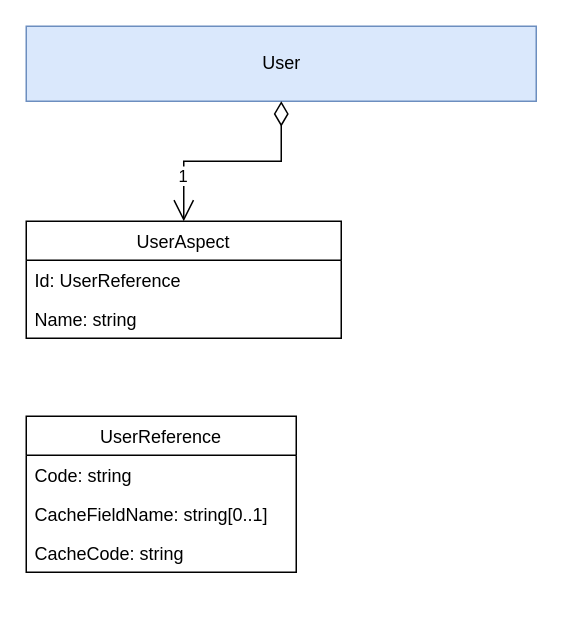
This is page "User" (2 of 2) of UML/Domain/Domain.drawio from sdlfly2000/SimpleDashboard, a draw.io file, before an edit. Source tidied: cells renumbered, new cells numbered last; positions are measured from the earlier drawing's top-left corner, leaving out a move shared by most shapes. Both pictures are drawn from the tidied source at 150%, with x=0, y=0 at pixel (26, 26).
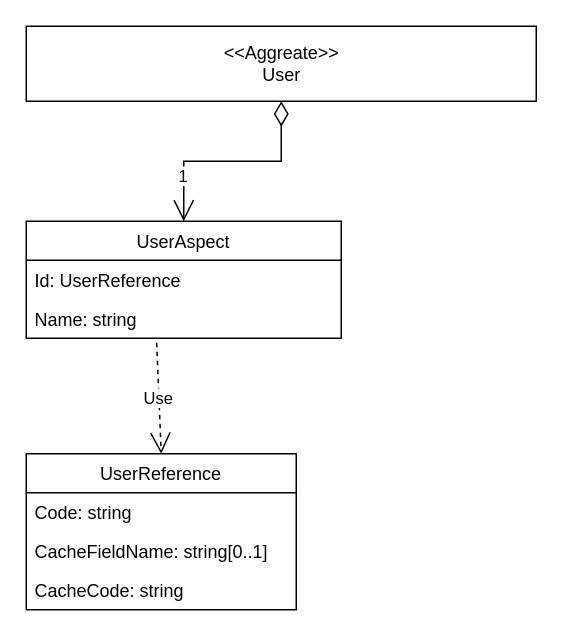
The same diagram, later.

The edit, as a diff of the source:
```diff
@@
 <mxGraphModel>
   <root>
     <mxCell id="0" />
     <mxCell id="1" parent="0" />
     <mxCell id="2" value="UserAspect" style="swimlane;fontStyle=0;horizontal=1;startSize=26;fillColor=none;" parent="1" vertex="1">
       <mxGeometry y="130" width="210" height="78" as="geometry" />
     </mxCell>
     <mxCell id="3" value="Id: UserReference" style="text;strokeColor=none;fillColor=none;align=left;verticalAlign=top;spacingLeft=4;spacingRight=4;overflow=hidden;" parent="2" vertex="1">
       <mxGeometry y="26" width="210" height="26" as="geometry" />
     </mxCell>
     <mxCell id="4" value="Name: string" style="text;strokeColor=none;fillColor=none;align=left;verticalAlign=top;spacingLeft=4;spacingRight=4;overflow=hidden;points=[[0,0.5],[1,0.5]];portConstraint=eastwest;" parent="2" vertex="1">
       <mxGeometry y="52" width="210" height="26" as="geometry" />
     </mxCell>
-    <mxCell id="5" value="User" style="html=1;fillColor=#dae8fc;strokeColor=#6c8ebf;" parent="1" vertex="1">
+    <mxCell id="5" value="&lt;div&gt;&amp;lt;&amp;lt;Aggreate&amp;gt;&amp;gt;&lt;/div&gt;User" style="html=1;" parent="1" vertex="1">
       <mxGeometry width="340" height="50" as="geometry" />
     </mxCell>
     <mxCell id="6" value="UserReference" style="swimlane;fontStyle=0;horizontal=1;startSize=26;fillColor=none;" parent="1" vertex="1">
-      <mxGeometry y="260" width="180" height="104" as="geometry" />
+      <mxGeometry y="285" width="180" height="104" as="geometry" />
     </mxCell>
     <mxCell id="7" value="Code: string" style="text;strokeColor=none;fillColor=none;align=left;verticalAlign=top;spacingLeft=4;spacingRight=4;overflow=hidden;" parent="6" vertex="1">
       <mxGeometry y="26" width="180" height="26" as="geometry" />
     </mxCell>
     <mxCell id="8" value="CacheFieldName: string[0..1]" style="text;strokeColor=none;fillColor=none;align=left;verticalAlign=top;spacingLeft=4;spacingRight=4;overflow=hidden;" parent="6" vertex="1">
       <mxGeometry y="52" width="180" height="26" as="geometry" />
     </mxCell>
     <mxCell id="9" value="CacheCode: string" style="text;strokeColor=none;fillColor=none;align=left;verticalAlign=top;spacingLeft=4;spacingRight=4;overflow=hidden;" parent="6" vertex="1">
       <mxGeometry y="78" width="180" height="26" as="geometry" />
     </mxCell>
     <mxCell id="10" value="1" style="endArrow=open;html=1;endSize=12;startArrow=diamondThin;startSize=14;startFill=0;edgeStyle=orthogonalEdgeStyle;align=left;verticalAlign=bottom;rounded=0;exitX=0.5;exitY=1;exitDx=0;exitDy=0;" parent="1" edge="1" source="5" target="2">
       <mxGeometry x="0.71" y="-5" relative="1" as="geometry" />
     </mxCell>
+    <mxCell id="11" value="Use" style="endArrow=open;endSize=12;dashed=1;html=1;rounded=0;entryX=0.5;entryY=0;entryDx=0;entryDy=0;exitX=0.414;exitY=1.115;exitDx=0;exitDy=0;exitPerimeter=0;" parent="1" edge="1" source="4" target="6">
+      <mxGeometry relative="1" as="geometry" />
+    </mxCell>
   </root>
 </mxGraphModel>
```
